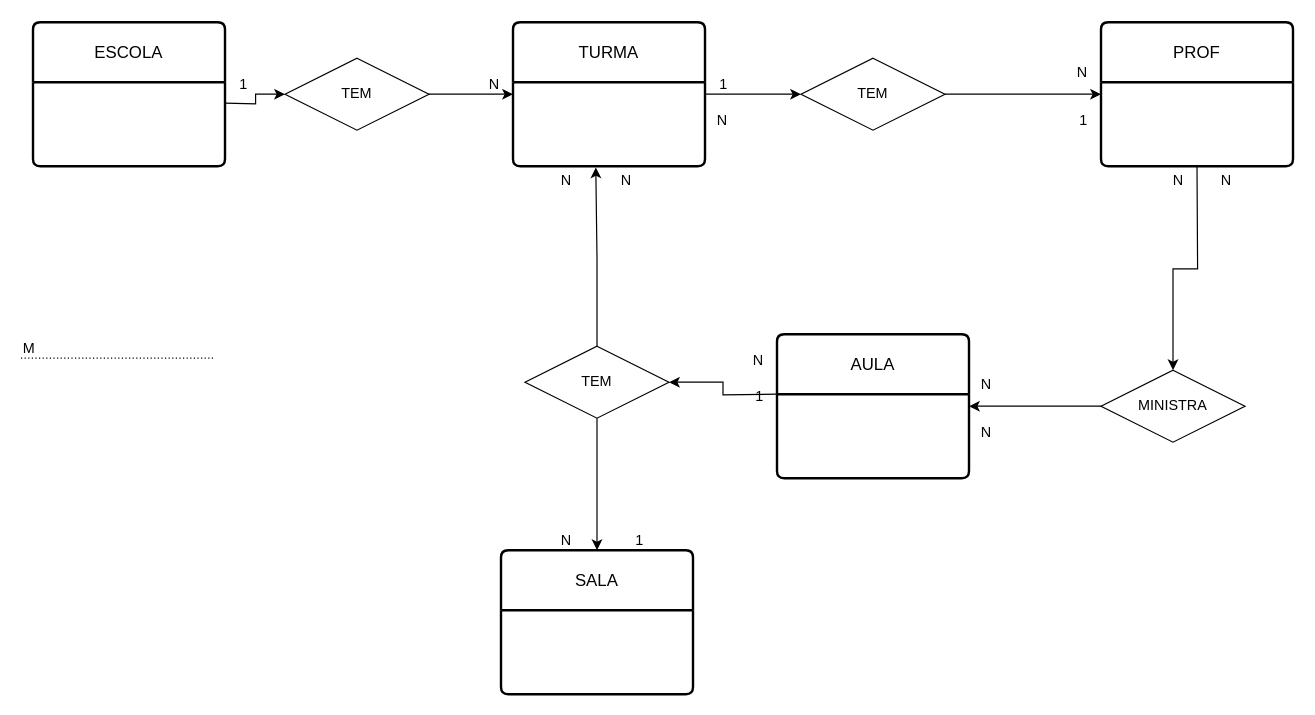
Earlier version of the draw.io diagram page "Page-1" (1 of 2) of escola.drawio (GusFrig/question). Source tidied: cells renumbered, new cells numbered last; positions are measured from the earlier drawing's top-left corner, leaving out a move shared by most shapes. Both pictures are drawn from the tidied source at 120%, with x=0, y=0 at pixel (20, 22).
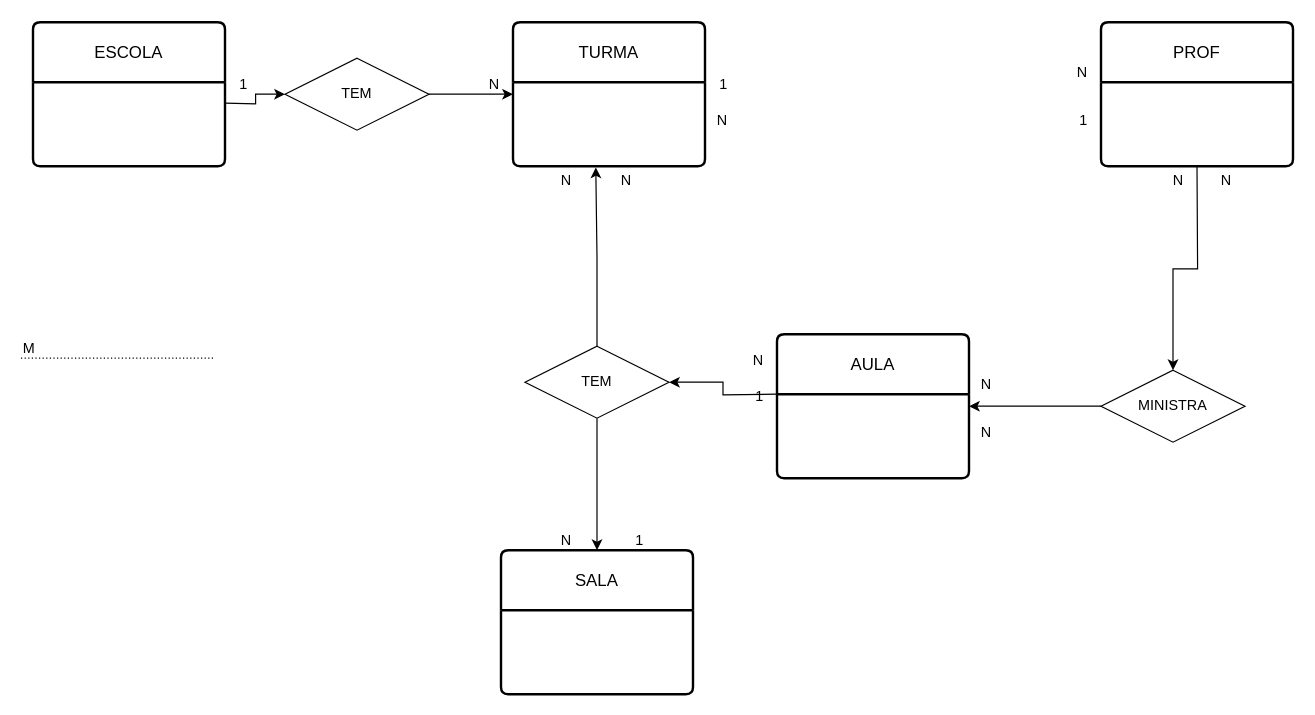
After the change.

Unchanged cells that the change refers to:
```xml
<mxCell id="4" value="PROF" style="swimlane;horizontal=1;startSize=50;rounded=1;fontSize=14;fontStyle=0;strokeWidth=2;shadow=0;dashed=0;align=center;arcSize=4;whiteSpace=wrap;html=1;" parent="1" vertex="1">
  <mxGeometry x="900" width="160" height="120" as="geometry" />
</mxCell>
<mxCell id="6" value="TURMA" style="swimlane;horizontal=1;startSize=50;rounded=1;fontSize=14;fontStyle=0;strokeWidth=2;shadow=0;dashed=0;align=center;arcSize=4;whiteSpace=wrap;html=1;" parent="1" vertex="1">
  <mxGeometry x="410" width="160" height="120" as="geometry" />
</mxCell>
```

Diff of the diagram source:
```diff
@@
-    <mxCell id="5" style="edgeStyle=orthogonalEdgeStyle;rounded=0;jettySize=auto;html=1;exitX=1;exitY=0.5;exitDx=0;exitDy=0;entryX=0;entryY=0.5;entryDx=0;entryDy=0;" parent="1" edge="1" source="6" target="14">
-      <mxGeometry relative="1" as="geometry" />
-    </mxCell>
@@
-    <mxCell id="13" style="edgeStyle=orthogonalEdgeStyle;rounded=0;jettySize=auto;html=1;exitX=1;exitY=0.5;exitDx=0;exitDy=0;entryX=0;entryY=0.5;entryDx=0;entryDy=0;" parent="1" edge="1" source="14" target="4">
-      <mxGeometry relative="1" as="geometry" />
-    </mxCell>
-    <mxCell id="14" value="TEM" style="shape=rhombus;perimeter=rhombusPerimeter;whiteSpace=wrap;html=1;align=center;" parent="1" vertex="1">
-      <mxGeometry x="650" y="30" width="120" height="60" as="geometry" />
-    </mxCell>
```
